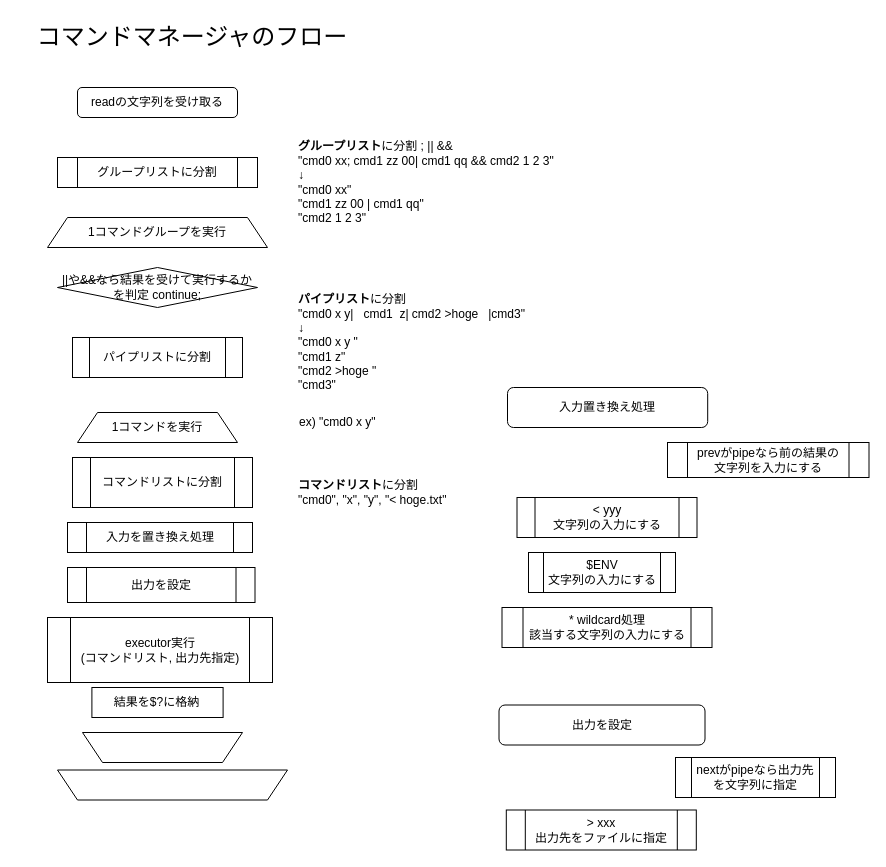
This is page "フロー図" (2 of 3) of diagram.drawio from Toshiki-Nakamura/minishell, a draw.io file, before an edit. Source tidied: cells renumbered, new cells numbered last; positions are measured from the earlier drawing's top-left corner, leaving out a move shared by most shapes. Both pictures are drawn from the tidied source at 100%, with x=0, y=0 at pixel (17, 17).
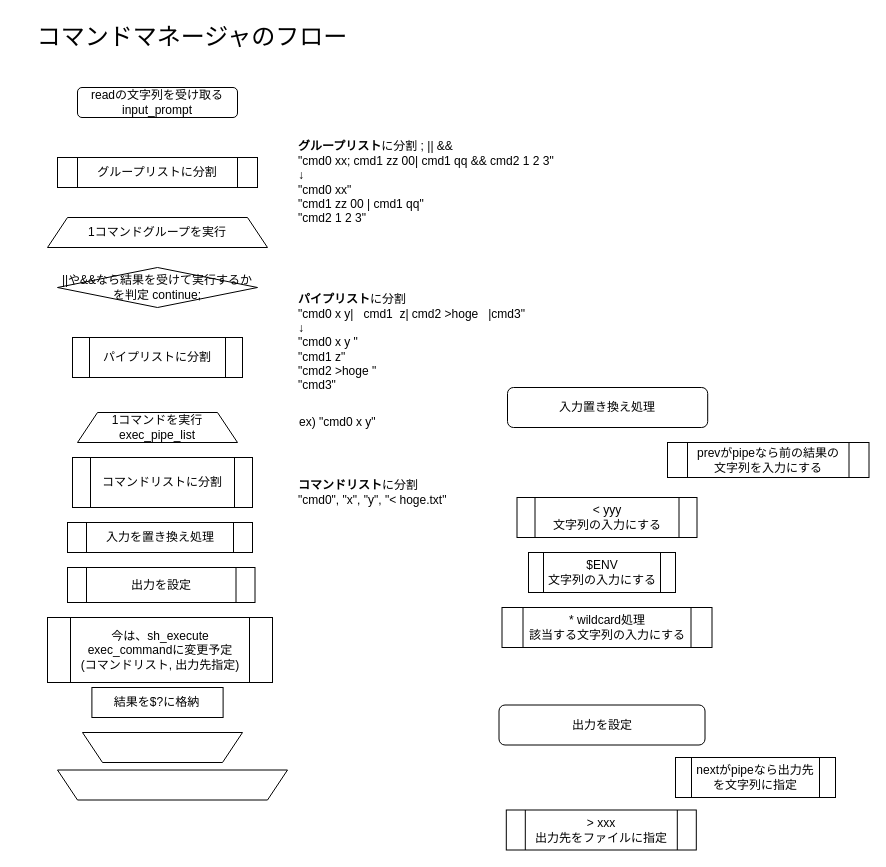
The same page after the edit.

What changed in the source:
```diff
@@
-    <mxCell id="8" value="readの文字列を受け取る" style="rounded=1;whiteSpace=wrap;html=1;fontSize=12;" parent="1" vertex="1">
+    <mxCell id="8" value="readの文字列を受け取る&lt;br&gt;input_prompt" style="rounded=1;whiteSpace=wrap;html=1;fontSize=12;" parent="1" vertex="1">
       <mxGeometry x="60" y="70" width="160" height="30" as="geometry" />
     </mxCell>
@@
-    <mxCell id="10" value="executor実行&lt;br&gt;(コマンドリスト, 出力先指定)" style="shape=process;whiteSpace=wrap;html=1;backgroundOutline=1;fontSize=12;" parent="1" vertex="1">
+    <mxCell id="10" value="今は、sh_execute&lt;br&gt;exec_commandに変更予定&lt;br&gt;(コマンドリスト, 出力先指定)" style="shape=process;whiteSpace=wrap;html=1;backgroundOutline=1;fontSize=12;" parent="1" vertex="1">
       <mxGeometry x="30" y="600" width="225" height="65" as="geometry" />
     </mxCell>
@@
-    <mxCell id="12" value="1コマンドを実行" style="shape=trapezoid;perimeter=trapezoidPerimeter;whiteSpace=wrap;html=1;fixedSize=1;fontSize=12;" parent="1" vertex="1">
+    <mxCell id="12" value="1コマンドを実行&lt;br&gt;exec_pipe_list" style="shape=trapezoid;perimeter=trapezoidPerimeter;whiteSpace=wrap;html=1;fixedSize=1;fontSize=12;" parent="1" vertex="1">
       <mxGeometry x="60" y="395" width="160" height="30" as="geometry" />
     </mxCell>
```
